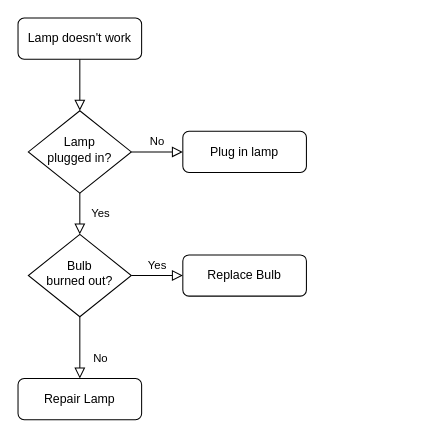
shahidhelalkhan/shahidhelalkhan.github.io keeps this draw.io diagram as Untitled Diagram.drawio. Above is the earlier version. Source tidied: cells renumbered, new cells numbered last; positions are measured from the earlier drawing's top-left corner, leaving out a move shared by most shapes. Both pictures are drawn from the tidied source at 103%, with x=0, y=0 at pixel (18, 18).
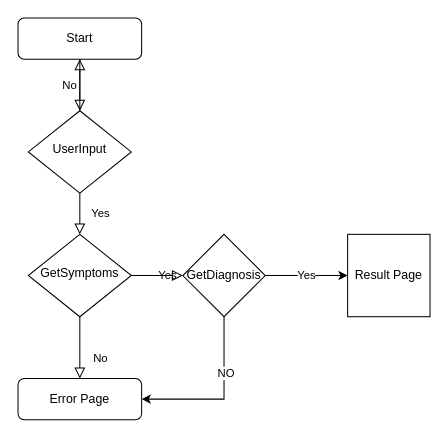
Above is the later version.

What changed in the source:
```diff
@@
 <mxGraphModel>
   <root>
     <mxCell id="0" />
     <mxCell id="1" parent="0" />
     <mxCell id="2" style="rounded=0;html=1;jettySize=auto;fontSize=11;endArrow=block;endFill=0;endSize=8;strokeWidth=1;shadow=0;labelBackgroundColor=none;edgeStyle=orthogonalEdgeStyle;" parent="1" edge="1" source="3" target="6">
       <mxGeometry relative="1" as="geometry" />
     </mxCell>
-    <mxCell id="3" value="Lamp doesn't work" style="rounded=1;whiteSpace=wrap;html=1;fontSize=12;glass=0;strokeWidth=1;shadow=0;" parent="1" vertex="1">
+    <mxCell id="3" value="Start" style="rounded=1;whiteSpace=wrap;html=1;fontSize=12;glass=0;strokeWidth=1;shadow=0;" parent="1" vertex="1">
       <mxGeometry width="120" height="40" as="geometry" />
     </mxCell>
     <mxCell id="4" value="Yes" style="rounded=0;html=1;jettySize=auto;fontSize=11;endArrow=block;endFill=0;endSize=8;strokeWidth=1;shadow=0;labelBackgroundColor=none;edgeStyle=orthogonalEdgeStyle;" parent="1" edge="1" source="6" target="10">
       <mxGeometry y="20" relative="1" as="geometry" />
     </mxCell>
-    <mxCell id="5" value="No" style="edgeStyle=orthogonalEdgeStyle;rounded=0;html=1;jettySize=auto;fontSize=11;endArrow=block;endFill=0;endSize=8;strokeWidth=1;shadow=0;labelBackgroundColor=none;" parent="1" edge="1" source="6" target="7">
+    <mxCell id="5" value="No" style="edgeStyle=orthogonalEdgeStyle;rounded=0;html=1;jettySize=auto;fontSize=11;endArrow=block;endFill=0;endSize=8;strokeWidth=1;shadow=0;labelBackgroundColor=none;" parent="1" edge="1" source="6" target="3">
       <mxGeometry y="10" relative="1" as="geometry" />
     </mxCell>
-    <mxCell id="6" value="Lamp&lt;br&gt;plugged in?" style="rhombus;whiteSpace=wrap;html=1;shadow=0;fontFamily=Helvetica;fontSize=12;align=center;strokeWidth=1;spacing=6;spacingTop=-4;" parent="1" vertex="1">
+    <mxCell id="6" value="UserInput" style="rhombus;whiteSpace=wrap;html=1;shadow=0;fontFamily=Helvetica;fontSize=12;align=center;strokeWidth=1;spacing=6;spacingTop=-4;" parent="1" vertex="1">
       <mxGeometry x="10" y="90" width="100" height="80" as="geometry" />
     </mxCell>
-    <mxCell id="7" value="Plug in lamp" style="rounded=1;whiteSpace=wrap;html=1;fontSize=12;glass=0;strokeWidth=1;shadow=0;" parent="1" vertex="1">
-      <mxGeometry x="160" y="110" width="120" height="40" as="geometry" />
-    </mxCell>
     <mxCell id="8" value="No" style="rounded=0;html=1;jettySize=auto;fontSize=11;endArrow=block;endFill=0;endSize=8;strokeWidth=1;shadow=0;labelBackgroundColor=none;edgeStyle=orthogonalEdgeStyle;" parent="1" edge="1" source="10" target="11">
       <mxGeometry x="0.33" y="20" relative="1" as="geometry" />
     </mxCell>
-    <mxCell id="9" value="Yes" style="edgeStyle=orthogonalEdgeStyle;rounded=0;html=1;jettySize=auto;fontSize=11;endArrow=block;endFill=0;endSize=8;strokeWidth=1;shadow=0;labelBackgroundColor=none;" parent="1" edge="1" source="10" target="12">
-      <mxGeometry y="10" relative="1" as="geometry" />
+    <mxCell id="9" value="Yes" style="edgeStyle=orthogonalEdgeStyle;rounded=0;html=1;jettySize=auto;fontSize=11;endArrow=block;endFill=0;endSize=8;strokeWidth=1;shadow=0;labelBackgroundColor=none;" parent="1" edge="1" source="10">
+      <mxGeometry y="10" relative="1" as="geometry">
+        <mxPoint x="160" y="250" as="targetPoint" />
+      </mxGeometry>
     </mxCell>
-    <mxCell id="10" value="Bulb&lt;br&gt;burned out?" style="rhombus;whiteSpace=wrap;html=1;shadow=0;fontFamily=Helvetica;fontSize=12;align=center;strokeWidth=1;spacing=6;spacingTop=-4;" parent="1" vertex="1">
+    <mxCell id="10" value="GetSymptoms" style="rhombus;whiteSpace=wrap;html=1;shadow=0;fontFamily=Helvetica;fontSize=12;align=center;strokeWidth=1;spacing=6;spacingTop=-4;" parent="1" vertex="1">
       <mxGeometry x="10" y="210" width="100" height="80" as="geometry" />
     </mxCell>
-    <mxCell id="11" value="Repair Lamp" style="rounded=1;whiteSpace=wrap;html=1;fontSize=12;glass=0;strokeWidth=1;shadow=0;" parent="1" vertex="1">
+    <mxCell id="11" value="Error Page" style="rounded=1;whiteSpace=wrap;html=1;fontSize=12;glass=0;strokeWidth=1;shadow=0;" parent="1" vertex="1">
       <mxGeometry y="350" width="120" height="40" as="geometry" />
     </mxCell>
-    <mxCell id="12" value="Replace Bulb" style="rounded=1;whiteSpace=wrap;html=1;fontSize=12;glass=0;strokeWidth=1;shadow=0;" parent="1" vertex="1">
-      <mxGeometry x="160" y="230" width="120" height="40" as="geometry" />
-    </mxCell>
+    <mxCell id="13" style="edgeStyle=orthogonalEdgeStyle;rounded=0;jettySize=auto;html=1;entryX=1;entryY=0.5;entryDx=0;entryDy=0;" parent="1" edge="1" source="16" target="11">
+      <mxGeometry relative="1" as="geometry">
+        <Array as="points">
+          <mxPoint x="200" y="370" />
+        </Array>
+      </mxGeometry>
+    </mxCell>
+    <mxCell id="14" value="NO" style="edgeLabel;html=1;align=center;verticalAlign=middle;" parent="13" vertex="1">
+      <mxGeometry x="-0.33" y="1" relative="1" as="geometry" />
+    </mxCell>
+    <mxCell id="15" value="Yes" style="edgeStyle=orthogonalEdgeStyle;rounded=0;jettySize=auto;html=1;" parent="1" edge="1" source="16">
+      <mxGeometry relative="1" as="geometry">
+        <mxPoint x="320" y="250" as="targetPoint" />
+      </mxGeometry>
+    </mxCell>
+    <mxCell id="16" value="GetDiagnosis" style="rhombus;whiteSpace=wrap;html=1;" parent="1" vertex="1">
+      <mxGeometry x="160" y="210" width="80" height="80" as="geometry" />
+    </mxCell>
+    <mxCell id="17" value="Result Page" style="whiteSpace=wrap;html=1;" parent="1" vertex="1">
+      <mxGeometry x="320" y="210" width="80" height="80" as="geometry" />
+    </mxCell>
   </root>
 </mxGraphModel>
```
